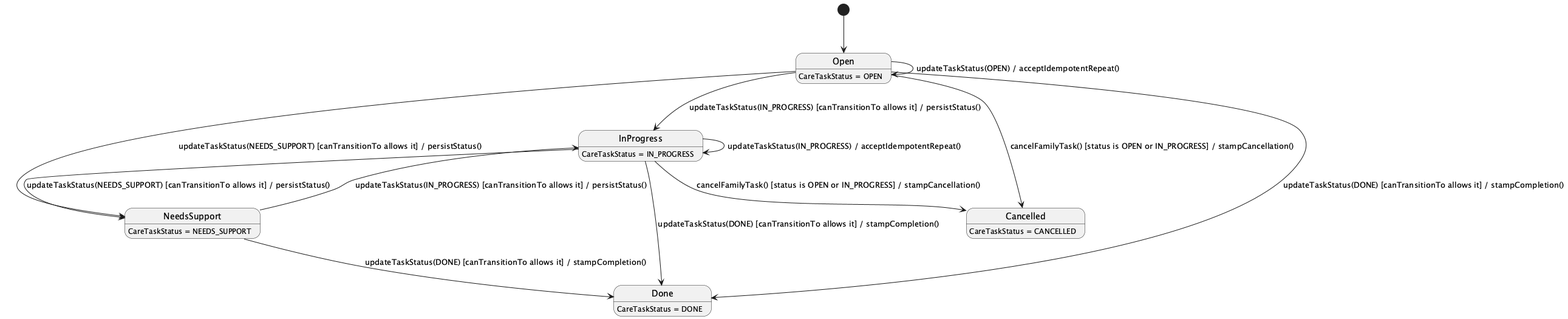
Before: 03_Design/Detailed_Design/MF08_Family_Sync_Cooperative_Care/images/03_Family_Care_Task_Assignment_and_Status_StateChartDiagram.png, a diagram exported from PlantUML (ChuongBDHE172784/CareBridge_SEP490_G79). The source it was exported from:
```plantuml
@startuml
hide empty description
[*] --> Open

Open --> InProgress : updateTaskStatus(IN_PROGRESS) [canTransitionTo allows it] / persistStatus()
Open --> NeedsSupport : updateTaskStatus(NEEDS_SUPPORT) [canTransitionTo allows it] / persistStatus()
Open --> Done : updateTaskStatus(DONE) [canTransitionTo allows it] / stampCompletion()
InProgress --> NeedsSupport : updateTaskStatus(NEEDS_SUPPORT) [canTransitionTo allows it] / persistStatus()
InProgress --> Done : updateTaskStatus(DONE) [canTransitionTo allows it] / stampCompletion()
NeedsSupport --> InProgress : updateTaskStatus(IN_PROGRESS) [canTransitionTo allows it] / persistStatus()
NeedsSupport --> Done : updateTaskStatus(DONE) [canTransitionTo allows it] / stampCompletion()
Open --> Cancelled : cancelFamilyTask() [status is OPEN or IN_PROGRESS] / stampCancellation()
InProgress --> Cancelled : cancelFamilyTask() [status is OPEN or IN_PROGRESS] / stampCancellation()
Open --> Open : updateTaskStatus(OPEN) / acceptIdempotentRepeat()
InProgress --> InProgress : updateTaskStatus(IN_PROGRESS) / acceptIdempotentRepeat()

Open : CareTaskStatus = OPEN
InProgress : CareTaskStatus = IN_PROGRESS
NeedsSupport : CareTaskStatus = NEEDS_SUPPORT
Done : CareTaskStatus = DONE
Cancelled : CareTaskStatus = CANCELLED
@enduml
```
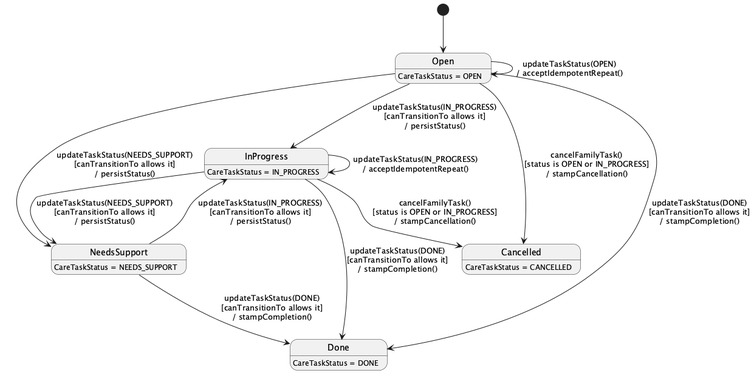
Later version of the same file.

What changed in the source:
```diff
@@ -1,18 +1,18 @@
-@startuml
+@startuml StateChartDiagram_03FamilyCareTaskAssignmentandStatus
 hide empty description
 [*] --> Open
 
-Open --> InProgress : updateTaskStatus(IN_PROGRESS) [canTransitionTo allows it] / persistStatus()
-Open --> NeedsSupport : updateTaskStatus(NEEDS_SUPPORT) [canTransitionTo allows it] / persistStatus()
-Open --> Done : updateTaskStatus(DONE) [canTransitionTo allows it] / stampCompletion()
-InProgress --> NeedsSupport : updateTaskStatus(NEEDS_SUPPORT) [canTransitionTo allows it] / persistStatus()
-InProgress --> Done : updateTaskStatus(DONE) [canTransitionTo allows it] / stampCompletion()
-NeedsSupport --> InProgress : updateTaskStatus(IN_PROGRESS) [canTransitionTo allows it] / persistStatus()
-NeedsSupport --> Done : updateTaskStatus(DONE) [canTransitionTo allows it] / stampCompletion()
-Open --> Cancelled : cancelFamilyTask() [status is OPEN or IN_PROGRESS] / stampCancellation()
-InProgress --> Cancelled : cancelFamilyTask() [status is OPEN or IN_PROGRESS] / stampCancellation()
-Open --> Open : updateTaskStatus(OPEN) / acceptIdempotentRepeat()
-InProgress --> InProgress : updateTaskStatus(IN_PROGRESS) / acceptIdempotentRepeat()
+Open --> InProgress : updateTaskStatus(IN_PROGRESS)\n[canTransitionTo allows it]\n/ persistStatus()
+Open --> NeedsSupport : updateTaskStatus(NEEDS_SUPPORT)\n[canTransitionTo allows it]\n/ persistStatus()
+Open --> Done : updateTaskStatus(DONE)\n[canTransitionTo allows it]\n/ stampCompletion()
+InProgress --> NeedsSupport : updateTaskStatus(NEEDS_SUPPORT)\n[canTransitionTo allows it]\n/ persistStatus()
+InProgress --> Done : updateTaskStatus(DONE)\n[canTransitionTo allows it]\n/ stampCompletion()
+NeedsSupport --> InProgress : updateTaskStatus(IN_PROGRESS)\n[canTransitionTo allows it]\n/ persistStatus()
+NeedsSupport --> Done : updateTaskStatus(DONE)\n[canTransitionTo allows it]\n/ stampCompletion()
+Open --> Cancelled : cancelFamilyTask()\n[status is OPEN or IN_PROGRESS]\n/ stampCancellation()
+InProgress --> Cancelled : cancelFamilyTask()\n[status is OPEN or IN_PROGRESS]\n/ stampCancellation()
+Open --> Open : updateTaskStatus(OPEN)\n/ acceptIdempotentRepeat()
+InProgress --> InProgress : updateTaskStatus(IN_PROGRESS)\n/ acceptIdempotentRepeat()
 
 Open : CareTaskStatus = OPEN
 InProgress : CareTaskStatus = IN_PROGRESS
```
